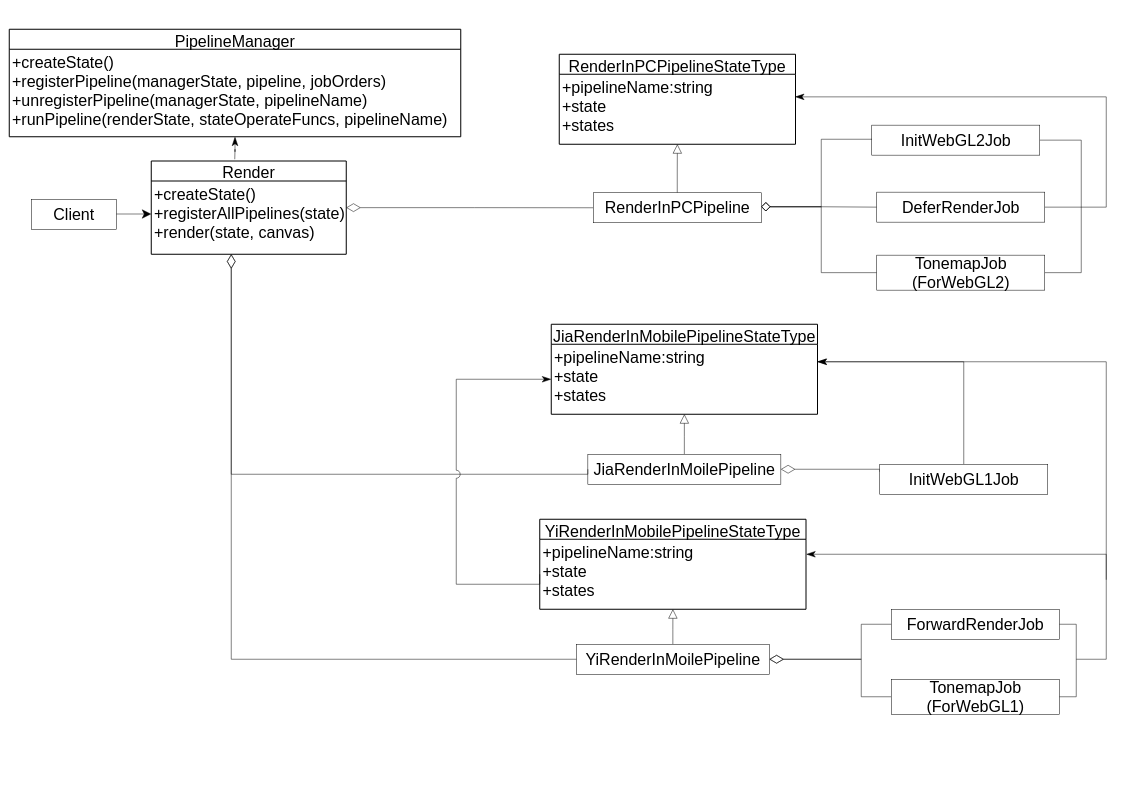
Earlier version of the draw.io diagram packages/管道模式/story_improve/UML.drawio (yyc-git/3DProgramPattern). Source tidied: cells renumbered, new cells numbered last; positions are measured from the earlier drawing's top-left corner, leaving out a move shared by most shapes. Both pictures are drawn from the tidied source at 50%, with x=0, y=0 at pixel (9, 29).
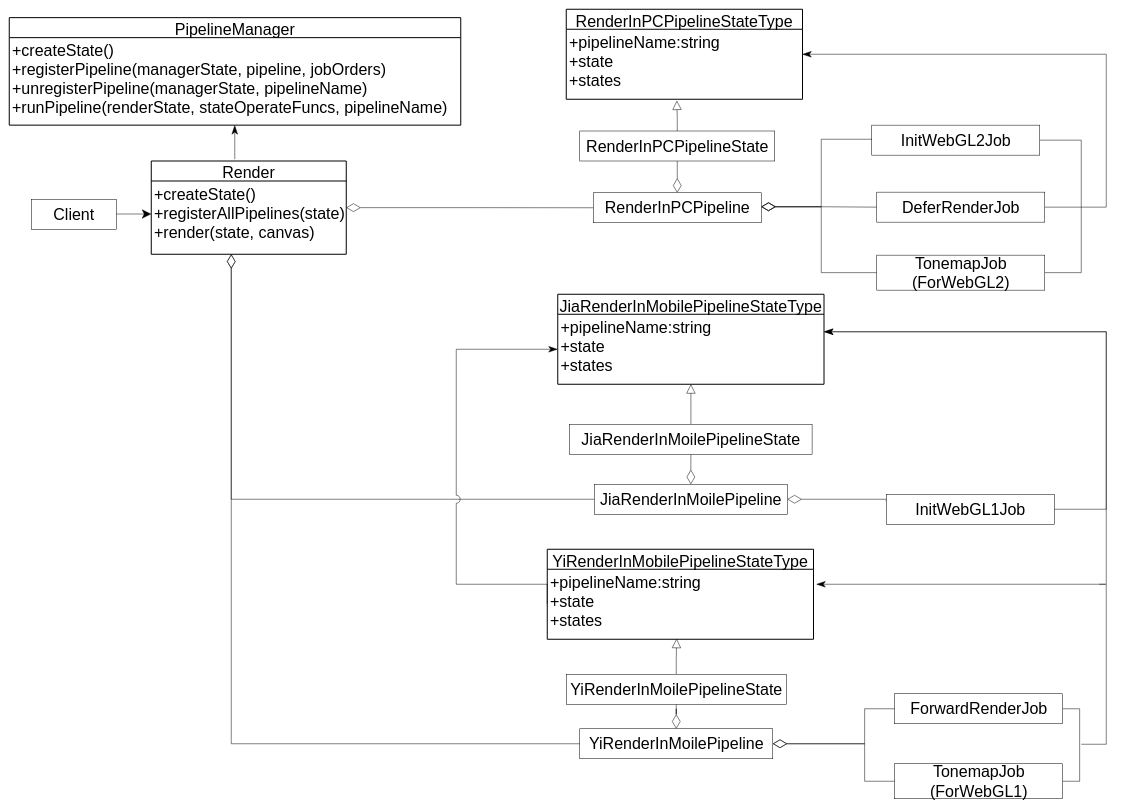
Above is the later version.

Unchanged cells that the change refers to:
```xml
<mxCell id="8" value="+createState()&#10;+registerAllPipelines(state)&#10;+render(state, canvas)" style="align=left;strokeColor=none;fillColor=none;spacingLeft=4;fontSize=32;verticalAlign=top;" parent="7" vertex="1">
  <mxGeometry y="40" width="390" height="146.5" as="geometry" />
</mxCell>
<mxCell id="12" value="+pipelineName:string&#10;+state&#10;+states" style="align=left;strokeColor=none;fillColor=none;spacingLeft=4;fontSize=32;verticalAlign=top;" parent="11" vertex="1">
  <mxGeometry y="40" width="472.5" height="140" as="geometry" />
</mxCell>
<mxCell id="15" value="RenderInPCPipeline" style="html=1;fontSize=32;" parent="1" vertex="1">
  <mxGeometry x="1168" y="327" width="336" height="60" as="geometry" />
</mxCell>
<mxCell id="19" value="DeferRenderJob" style="html=1;fontSize=32;" parent="1" vertex="1">
  <mxGeometry x="1735" y="325.8" width="336" height="60" as="geometry" />
</mxCell>
<mxCell id="20" value="TonemapJob&lt;br&gt;(ForWebGL2)" style="html=1;fontSize=32;" parent="1" vertex="1">
  <mxGeometry x="1735" y="451.8" width="336" height="70" as="geometry" />
</mxCell>
<mxCell id="22" value="+pipelineName:string&#10;+state&#10;+states" style="align=left;strokeColor=none;fillColor=none;spacingLeft=4;fontSize=32;verticalAlign=top;" parent="21" vertex="1">
  <mxGeometry y="40" width="532.5" height="140" as="geometry" />
</mxCell>
<mxCell id="24" value="+pipelineName:string&#10;+state&#10;+states" style="align=left;strokeColor=none;fillColor=none;spacingLeft=4;fontSize=32;verticalAlign=top;" parent="23" vertex="1">
  <mxGeometry y="40" width="532.5" height="140" as="geometry" />
</mxCell>
```

Change to the diagram source:
```diff
@@
-    <mxCell id="2" style="edgeStyle=orthogonalEdgeStyle;rounded=0;orthogonalLoop=1;jettySize=auto;html=1;endArrow=none;endFill=0;startSize=16;endSize=16;exitX=1;exitY=0.5;exitDx=0;exitDy=0;startArrow=diamond;startFill=0;" parent="1" edge="1">
+    <mxCell id="2" style="edgeStyle=orthogonalEdgeStyle;rounded=0;orthogonalLoop=1;jettySize=auto;html=1;endArrow=none;endFill=0;startSize=26;endSize=26;exitX=1;exitY=0.5;exitDx=0;exitDy=0;startArrow=diamondThin;startFill=0;" parent="1" edge="1">
       <mxGeometry relative="1" as="geometry">
         <mxPoint x="1504" y="355" as="sourcePoint" />
         <mxPoint x="1724" y="220" as="targetPoint" />
         <Array as="points">
           <mxPoint x="1624" y="355" />
           <mxPoint x="1624" y="220" />
           <mxPoint x="1734" y="220" />
         </Array>
       </mxGeometry>
     </mxCell>
     <mxCell id="3" value="PipelineManager" style="swimlane;horizontal=1;startSize=40;rounded=0;fontSize=32;fontStyle=0;strokeWidth=2;shadow=0;dashed=0;align=center;" parent="1" vertex="1">
-      <mxGeometry width="903" height="215" as="geometry" />
+      <mxGeometry y="-23.2" width="903" height="215" as="geometry" />
     </mxCell>
@@
-    <mxCell id="5" style="edgeStyle=orthogonalEdgeStyle;rounded=0;jettySize=auto;html=1;entryX=0.5;entryY=1;entryDx=0;entryDy=0;fontSize=28;endArrow=block;endFill=0;startSize=16;endSize=16;exitX=0.5;exitY=0;exitDx=0;exitDy=0;" parent="1" edge="1" source="15" target="12">
-      <mxGeometry relative="1" as="geometry" />
-    </mxCell>
@@
     <mxCell id="11" value="RenderInPCPipelineStateType" style="swimlane;horizontal=1;startSize=40;rounded=0;fontSize=32;fontStyle=0;strokeWidth=2;shadow=0;dashed=0;align=center;" parent="1" vertex="1">
-      <mxGeometry x="1100" y="50" width="472.5" height="180" as="geometry" />
+      <mxGeometry x="1114" y="-40" width="472.5" height="180" as="geometry" />
     </mxCell>
@@
-    <mxCell id="13" style="edgeStyle=orthogonalEdgeStyle;rounded=0;jettySize=auto;html=1;entryX=0;entryY=0.5;entryDx=0;entryDy=0;endArrow=none;endFill=0;endSize=16;startSize=16;startArrow=diamond;startFill=0;" parent="1" edge="1" source="15" target="19">
+    <mxCell id="13" style="edgeStyle=orthogonalEdgeStyle;rounded=0;jettySize=auto;html=1;entryX=0;entryY=0.5;entryDx=0;entryDy=0;endArrow=none;endFill=0;endSize=26;startSize=26;startArrow=diamondThin;startFill=0;" parent="1" edge="1" source="15" target="19">
       <mxGeometry relative="1" as="geometry">
         <Array as="points">
           <mxPoint x="1624" y="355" />
           <mxPoint x="1624" y="356" />
         </Array>
       </mxGeometry>
     </mxCell>
-    <mxCell id="14" style="edgeStyle=orthogonalEdgeStyle;rounded=0;jettySize=auto;html=1;entryX=0;entryY=0.5;entryDx=0;entryDy=0;endArrow=none;endFill=0;startSize=16;endSize=16;startArrow=diamond;startFill=0;" parent="1" edge="1" source="15" target="20">
+    <mxCell id="14" style="edgeStyle=orthogonalEdgeStyle;rounded=0;jettySize=auto;html=1;entryX=0;entryY=0.5;entryDx=0;entryDy=0;endArrow=none;endFill=0;startSize=26;endSize=26;startArrow=diamondThin;startFill=0;" parent="1" edge="1" source="15" target="20">
       <mxGeometry relative="1" as="geometry">
         <Array as="points">
           <mxPoint x="1624" y="355" />
           <mxPoint x="1624" y="487" />
         </Array>
       </mxGeometry>
     </mxCell>
+    <mxCell id="43" style="edgeStyle=orthogonalEdgeStyle;rounded=0;jumpStyle=none;jumpSize=16;jettySize=auto;html=1;entryX=0.5;entryY=1;entryDx=0;entryDy=0;startArrow=diamondThin;startFill=0;endArrow=none;endFill=0;startSize=26;endSize=26;" parent="1" edge="1" source="15" target="47">
+      <mxGeometry relative="1" as="geometry" />
+    </mxCell>
@@
-    <mxCell id="18" style="edgeStyle=orthogonalEdgeStyle;rounded=0;jumpStyle=none;jumpSize=16;jettySize=auto;html=1;startArrow=none;startFill=0;endArrow=classicThin;endFill=1;startSize=16;endSize=16;entryX=0.998;entryY=0.323;entryDx=0;entryDy=0;entryPerimeter=0;" parent="1" edge="1" source="19" target="12">
+    <mxCell id="18" style="edgeStyle=orthogonalEdgeStyle;rounded=0;jumpStyle=none;jumpSize=16;jettySize=auto;html=1;startArrow=none;startFill=0;endArrow=classicThin;endFill=1;startSize=16;endSize=16;" parent="1" edge="1" source="19">
       <mxGeometry relative="1" as="geometry">
+        <mxPoint x="1586" y="50" as="targetPoint" />
         <Array as="points">
           <mxPoint x="2194" y="356" />
-          <mxPoint x="2194" y="135" />
+          <mxPoint x="2194" y="50" />
+          <mxPoint x="1586" y="50" />
         </Array>
       </mxGeometry>
     </mxCell>
@@
     <mxCell id="21" value="JiaRenderInMobilePipelineStateType" style="swimlane;horizontal=1;startSize=40;rounded=0;fontSize=32;fontStyle=0;strokeWidth=2;shadow=0;dashed=0;align=center;" parent="1" vertex="1">
-      <mxGeometry x="1084" y="590" width="532.5" height="180" as="geometry" />
+      <mxGeometry x="1097" y="530" width="532.5" height="180" as="geometry" />
     </mxCell>
@@
     <mxCell id="23" value="YiRenderInMobilePipelineStateType" style="swimlane;horizontal=1;startSize=40;rounded=0;fontSize=32;fontStyle=0;strokeWidth=2;shadow=0;dashed=0;align=center;" parent="1" vertex="1">
-      <mxGeometry x="1061" y="980" width="532.5" height="180" as="geometry" />
+      <mxGeometry x="1076" y="1040" width="532.5" height="180" as="geometry" />
     </mxCell>
@@
     <mxCell id="25" style="edgeStyle=orthogonalEdgeStyle;rounded=0;jettySize=auto;html=1;endArrow=none;endFill=0;startSize=26;endSize=26;exitX=1;exitY=0.5;exitDx=0;exitDy=0;entryX=0;entryY=0.25;entryDx=0;entryDy=0;startArrow=diamondThin;startFill=0;" parent="1" edge="1" source="27" target="29">
       <mxGeometry relative="1" as="geometry">
         <Array as="points">
-          <mxPoint x="1741" y="880" />
+          <mxPoint x="1754" y="940" />
         </Array>
       </mxGeometry>
     </mxCell>
-    <mxCell id="26" style="edgeStyle=orthogonalEdgeStyle;rounded=0;jettySize=auto;html=1;entryX=0.5;entryY=1;entryDx=0;entryDy=0;endArrow=block;endFill=0;startSize=16;endSize=16;" parent="1" edge="1" source="27" target="22">
-      <mxGeometry relative="1" as="geometry" />
-    </mxCell>
+    <mxCell id="44" style="edgeStyle=orthogonalEdgeStyle;rounded=0;jumpStyle=none;jumpSize=16;jettySize=auto;html=1;entryX=0.5;entryY=1;entryDx=0;entryDy=0;startArrow=diamondThin;startFill=0;endArrow=none;endFill=0;startSize=26;endSize=26;" parent="1" edge="1" source="27" target="49">
+      <mxGeometry relative="1" as="geometry" />
+    </mxCell>
     <mxCell id="27" value="JiaRenderInMoilePipeline" style="html=1;fontSize=32;" parent="1" vertex="1">
-      <mxGeometry x="1157.2" y="850" width="386" height="60" as="geometry" />
+      <mxGeometry x="1170.2" y="910" width="386" height="60" as="geometry" />
     </mxCell>
-    <mxCell id="28" style="edgeStyle=orthogonalEdgeStyle;rounded=0;jettySize=auto;html=1;endArrow=classicThin;endFill=1;startSize=16;endSize=16;exitX=0.5;exitY=0;exitDx=0;exitDy=0;entryX=1;entryY=0.25;entryDx=0;entryDy=0;" parent="1" edge="1" source="29" target="22">
+    <mxCell id="28" style="edgeStyle=orthogonalEdgeStyle;rounded=0;jettySize=auto;html=1;endArrow=classicThin;endFill=1;startSize=16;endSize=16;exitX=1;exitY=0.5;exitDx=0;exitDy=0;entryX=1;entryY=0.25;entryDx=0;entryDy=0;" parent="1" edge="1" source="29" target="22">
       <mxGeometry relative="1" as="geometry">
         <Array as="points">
-          <mxPoint x="1909" y="665" />
+          <mxPoint x="2194" y="960" />
+          <mxPoint x="2194" y="605" />
         </Array>
       </mxGeometry>
     </mxCell>
     <mxCell id="29" value="InitWebGL1Job" style="html=1;fontSize=32;" parent="1" vertex="1">
-      <mxGeometry x="1741" y="870" width="336" height="60" as="geometry" />
+      <mxGeometry x="1754" y="930" width="336" height="60" as="geometry" />
     </mxCell>
     <mxCell id="30" style="edgeStyle=orthogonalEdgeStyle;rounded=0;jumpStyle=arc;jumpSize=26;orthogonalLoop=1;jettySize=auto;html=1;startArrow=none;startFill=0;endArrow=classicThin;endFill=1;startSize=16;endSize=16;" parent="1" edge="1">
       <mxGeometry relative="1" as="geometry">
-        <mxPoint x="2194" y="1101" as="sourcePoint" />
-        <mxPoint x="1594" y="1050" as="targetPoint" />
+        <mxPoint x="2180" y="1110" as="sourcePoint" />
+        <mxPoint x="1614" y="1110" as="targetPoint" />
         <Array as="points">
-          <mxPoint x="2194" y="1050" />
-          <mxPoint x="1594" y="1050" />
+          <mxPoint x="2193" y="1110" />
+          <mxPoint x="1593" y="1110" />
         </Array>
       </mxGeometry>
     </mxCell>
     <mxCell id="31" style="edgeStyle=orthogonalEdgeStyle;rounded=0;jumpStyle=none;jumpSize=16;jettySize=auto;html=1;startArrow=none;startFill=0;endArrow=none;endFill=0;startSize=16;endSize=16;entryX=1;entryY=0.5;entryDx=0;entryDy=0;" parent="1" edge="1" source="32" target="38">
       <mxGeometry relative="1" as="geometry">
         <Array as="points">
-          <mxPoint x="2134" y="1190" />
-          <mxPoint x="2134" y="1335" />
+          <mxPoint x="2140.8" y="1359" />
+          <mxPoint x="2140.8" y="1504" />
         </Array>
       </mxGeometry>
     </mxCell>
     <mxCell id="32" value="ForwardRenderJob" style="html=1;fontSize=32;" parent="1" vertex="1">
-      <mxGeometry x="1764" y="1160" width="336" height="60" as="geometry" />
+      <mxGeometry x="1770.8" y="1329" width="336" height="60" as="geometry" />
     </mxCell>
-    <mxCell id="33" style="edgeStyle=orthogonalEdgeStyle;rounded=0;jettySize=auto;html=1;endArrow=block;endFill=0;startSize=16;endSize=16;" parent="1" edge="1" source="36" target="24">
-      <mxGeometry relative="1" as="geometry" />
-    </mxCell>
     <mxCell id="34" style="edgeStyle=orthogonalEdgeStyle;rounded=0;jumpStyle=arc;jumpSize=26;jettySize=auto;html=1;entryX=0;entryY=0.5;entryDx=0;entryDy=0;startArrow=diamondThin;startFill=0;startSize=26;endSize=26;endArrow=none;endFill=0;" parent="1" edge="1" source="36" target="32">
       <mxGeometry relative="1" as="geometry">
         <Array as="points">
-          <mxPoint x="1704" y="1260" />
-          <mxPoint x="1704" y="1190" />
+          <mxPoint x="1710.8" y="1429" />
+          <mxPoint x="1710.8" y="1359" />
         </Array>
       </mxGeometry>
     </mxCell>
     <mxCell id="35" style="edgeStyle=orthogonalEdgeStyle;rounded=0;jumpStyle=arc;jumpSize=26;jettySize=auto;html=1;entryX=0;entryY=0.5;entryDx=0;entryDy=0;startArrow=diamondThin;startFill=0;endArrow=none;endFill=0;startSize=26;endSize=26;" parent="1" edge="1" source="36" target="38">
       <mxGeometry relative="1" as="geometry">
         <Array as="points">
-          <mxPoint x="1704" y="1260" />
-          <mxPoint x="1704" y="1335" />
+          <mxPoint x="1710.8" y="1429" />
+          <mxPoint x="1710.8" y="1504" />
         </Array>
       </mxGeometry>
     </mxCell>
+    <mxCell id="45" style="edgeStyle=orthogonalEdgeStyle;rounded=0;jumpStyle=none;jumpSize=16;jettySize=auto;html=1;entryX=0.5;entryY=1;entryDx=0;entryDy=0;startArrow=diamondThin;startFill=0;endArrow=none;endFill=0;startSize=26;endSize=26;" parent="1" edge="1" source="36" target="51">
+      <mxGeometry relative="1" as="geometry" />
+    </mxCell>
     <mxCell id="36" value="YiRenderInMoilePipeline" style="html=1;fontSize=32;" parent="1" vertex="1">
-      <mxGeometry x="1134.2" y="1230" width="386" height="60" as="geometry" />
+      <mxGeometry x="1141" y="1399" width="386" height="60" as="geometry" />
     </mxCell>
-    <mxCell id="37" style="edgeStyle=orthogonalEdgeStyle;rounded=0;jumpStyle=arc;jumpSize=26;jettySize=auto;html=1;entryX=1;entryY=0.25;entryDx=0;entryDy=0;startArrow=none;startFill=0;endArrow=classicThin;endFill=1;startSize=16;endSize=16;" parent="1" edge="1" target="22">
+    <mxCell id="37" style="edgeStyle=orthogonalEdgeStyle;rounded=0;jumpStyle=none;jumpSize=26;jettySize=auto;html=1;entryX=1;entryY=0.25;entryDx=0;entryDy=0;startArrow=none;startFill=0;endArrow=classicThin;endFill=1;startSize=16;endSize=16;" parent="1" edge="1" target="22">
       <mxGeometry relative="1" as="geometry">
-        <mxPoint x="2134" y="1260" as="sourcePoint" />
+        <mxPoint x="2144" y="1430" as="sourcePoint" />
         <Array as="points">
-          <mxPoint x="2194" y="1260" />
-          <mxPoint x="2194" y="665" />
+          <mxPoint x="2194" y="1430" />
+          <mxPoint x="2194" y="605" />
         </Array>
       </mxGeometry>
     </mxCell>
     <mxCell id="38" value="TonemapJob&lt;br&gt;(ForWebGL1)" style="html=1;fontSize=32;" parent="1" vertex="1">
-      <mxGeometry x="1764" y="1300" width="336" height="70" as="geometry" />
+      <mxGeometry x="1770.8" y="1469" width="336" height="70" as="geometry" />
     </mxCell>
     <mxCell id="39" style="edgeStyle=orthogonalEdgeStyle;rounded=0;jettySize=auto;html=1;entryX=0;entryY=0.5;entryDx=0;entryDy=0;endArrow=none;endFill=0;startSize=26;endSize=26;startArrow=diamondThin;startFill=0;jumpStyle=arc;jumpSize=26;" parent="1" edge="1" source="8" target="27">
       <mxGeometry relative="1" as="geometry">
         <Array as="points">
-          <mxPoint x="444" y="890" />
-          <mxPoint x="1157" y="890" />
+          <mxPoint x="444" y="940" />
         </Array>
       </mxGeometry>
     </mxCell>
     <mxCell id="40" style="edgeStyle=orthogonalEdgeStyle;rounded=0;jettySize=auto;html=1;entryX=0;entryY=0.5;entryDx=0;entryDy=0;endArrow=none;endFill=0;startSize=26;endSize=26;startArrow=diamondThin;startFill=0;jumpStyle=arc;jumpSize=26;" parent="1" edge="1" source="8" target="36">
       <mxGeometry relative="1" as="geometry">
         <Array as="points">
-          <mxPoint x="444" y="1260" />
+          <mxPoint x="444" y="1429" />
         </Array>
       </mxGeometry>
     </mxCell>
@@
+    <mxCell id="46" style="edgeStyle=orthogonalEdgeStyle;rounded=0;jumpStyle=none;jumpSize=16;jettySize=auto;html=1;entryX=0.468;entryY=1.019;entryDx=0;entryDy=0;entryPerimeter=0;startArrow=none;startFill=0;endArrow=block;endFill=0;startSize=16;endSize=16;" parent="1" edge="1" source="47" target="12">
+      <mxGeometry relative="1" as="geometry" />
+    </mxCell>
+    <mxCell id="47" value="RenderInPCPipelineState" style="html=1;fontSize=32;" parent="1" vertex="1">
+      <mxGeometry x="1141" y="203.5" width="390" height="60" as="geometry" />
+    </mxCell>
+    <mxCell id="48" style="edgeStyle=orthogonalEdgeStyle;rounded=0;jumpStyle=none;jumpSize=16;jettySize=auto;html=1;startArrow=none;startFill=0;endArrow=block;endFill=0;startSize=16;endSize=16;" parent="1" edge="1" source="49" target="22">
+      <mxGeometry relative="1" as="geometry" />
+    </mxCell>
+    <mxCell id="49" value="JiaRenderInMoilePipelineState" style="html=1;fontSize=32;" parent="1" vertex="1">
+      <mxGeometry x="1120.9" y="790" width="484.8" height="60" as="geometry" />
+    </mxCell>
+    <mxCell id="50" style="edgeStyle=orthogonalEdgeStyle;rounded=0;jumpStyle=none;jumpSize=16;jettySize=auto;html=1;entryX=0.486;entryY=0.993;entryDx=0;entryDy=0;entryPerimeter=0;startArrow=none;startFill=0;endArrow=block;endFill=0;startSize=16;endSize=16;" parent="1" edge="1" source="51" target="24">
+      <mxGeometry relative="1" as="geometry" />
+    </mxCell>
+    <mxCell id="51" value="YiRenderInMoilePipelineState" style="html=1;fontSize=32;" parent="1" vertex="1">
+      <mxGeometry x="1114" y="1290" width="440" height="60" as="geometry" />
+    </mxCell>
```
